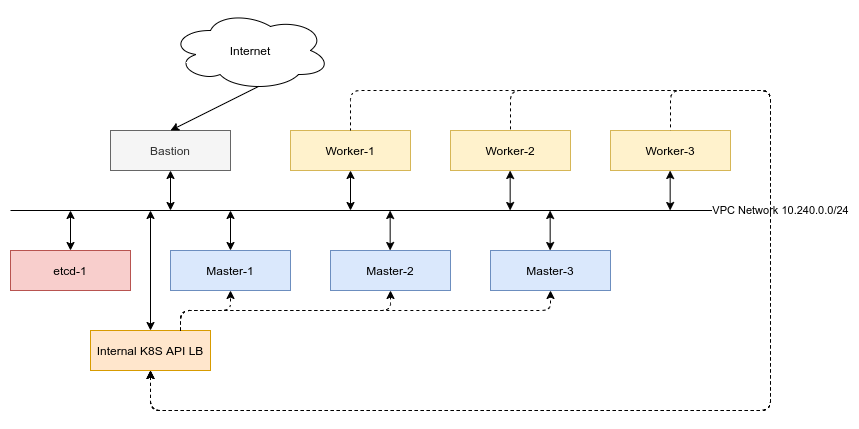
Above: images/cluster-component.png in haminhcong/kubeadm-experimental (draw.io), before the change. Source tidied: cells renumbered, new cells last; positions are measured from the earlier drawing's top-left corner, leaving out a move shared by most shapes.
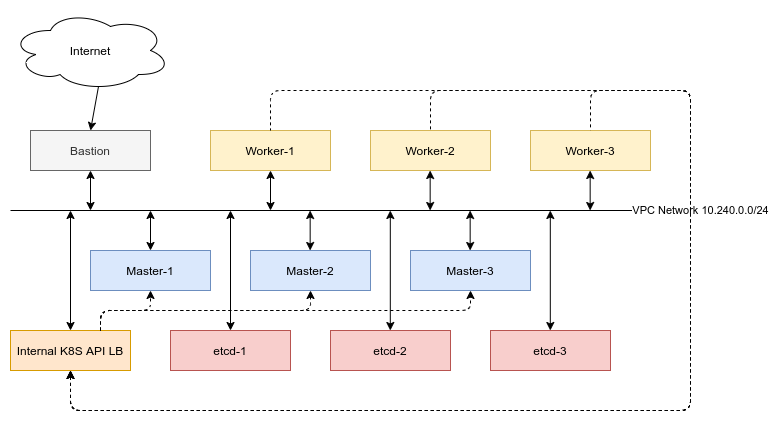
Above is the later version.

The edit, as a diff of the source:
```diff
@@ -7,7 +7,7 @@
     </mxCell>
     <mxCell id="3" value="VPC Network 10.240.0.0/24" style="endArrow=none;html=1;align=center;" parent="1" edge="1">
       <mxGeometry x="1" relative="1" as="geometry">
-        <mxPoint y="200" as="sourcePoint" />
+        <mxPoint x="80" y="200" as="sourcePoint" />
         <mxPoint x="770" y="200" as="targetPoint" />
       </mxGeometry>
     </mxCell>
@@ -20,10 +20,12 @@
       <mxGeometry x="160" y="240" width="120" height="40" as="geometry" />
     </mxCell>
     <mxCell id="6" value="Internet" style="ellipse;shape=cloud;whiteSpace=wrap;html=1;" parent="1" vertex="1">
-      <mxGeometry x="160" width="160" height="80" as="geometry" />
+      <mxGeometry x="80" width="160" height="80" as="geometry" />
     </mxCell>
-    <mxCell id="7" style="endArrow=classic;html=1;entryX=0.5;entryY=0;entryDx=0;entryDy=0;exitX=0.55;exitY=0.95;exitDx=0;exitDy=0;exitPerimeter=0;" parent="1" edge="1" source="6" target="2">
-      <mxGeometry relative="1" as="geometry" />
+    <mxCell id="7" style="endArrow=classic;html=1;entryX=0.5;entryY=0;entryDx=0;entryDy=0;" parent="1" edge="1" target="2">
+      <mxGeometry relative="1" as="geometry">
+        <mxPoint x="168" y="76" as="sourcePoint" />
+      </mxGeometry>
     </mxCell>
     <mxCell id="8" style="endArrow=classic;startArrow=classic;html=1;align=center;exitX=0.5;exitY=0;exitDx=0;exitDy=0;" parent="1" edge="1" source="5">
       <mxGeometry relative="1" as="geometry">
@@ -37,11 +39,11 @@
       <mxGeometry x="480" y="240" width="120" height="40" as="geometry" />
     </mxCell>
     <mxCell id="11" value="etcd-1" style="rounded=0;whiteSpace=wrap;html=1;fillColor=#f8cecc;strokeColor=#b85450;" parent="1" vertex="1">
-      <mxGeometry y="240" width="120" height="40" as="geometry" />
+      <mxGeometry x="240" y="320" width="120" height="40" as="geometry" />
     </mxCell>
     <mxCell id="12" style="endArrow=classic;startArrow=classic;html=1;align=center;exitX=0.5;exitY=0;exitDx=0;exitDy=0;" parent="1" edge="1" source="11">
       <mxGeometry relative="1" as="geometry">
-        <mxPoint x="60" y="200" as="targetPoint" />
+        <mxPoint x="300" y="200" as="targetPoint" />
       </mxGeometry>
     </mxCell>
     <mxCell id="13" value="Worker-1" style="rounded=0;whiteSpace=wrap;html=1;fillColor=#fff2cc;strokeColor=#d6b656;" parent="1" vertex="1">
@@ -144,5 +146,23 @@
         </Array>
       </mxGeometry>
     </mxCell>
+    <mxCell id="29" value="etcd-2" style="rounded=0;whiteSpace=wrap;html=1;fillColor=#f8cecc;strokeColor=#b85450;" parent="1" vertex="1">
+      <mxGeometry x="400" y="320" width="120" height="40" as="geometry" />
+    </mxCell>
+    <mxCell id="30" value="etcd-3" style="rounded=0;whiteSpace=wrap;html=1;fillColor=#f8cecc;strokeColor=#b85450;" parent="1" vertex="1">
+      <mxGeometry x="560" y="320" width="120" height="40" as="geometry" />
+    </mxCell>
+    <mxCell id="31" style="endArrow=classic;startArrow=classic;html=1;align=center;exitX=0.5;exitY=0;exitDx=0;exitDy=0;" parent="1" edge="1">
+      <mxGeometry relative="1" as="geometry">
+        <mxPoint x="459.8" y="320" as="sourcePoint" />
+        <mxPoint x="459.8" y="200" as="targetPoint" />
+      </mxGeometry>
+    </mxCell>
+    <mxCell id="32" style="endArrow=classic;startArrow=classic;html=1;align=center;exitX=0.5;exitY=0;exitDx=0;exitDy=0;" parent="1" edge="1">
+      <mxGeometry relative="1" as="geometry">
+        <mxPoint x="619.8" y="320" as="sourcePoint" />
+        <mxPoint x="619.8" y="200" as="targetPoint" />
+      </mxGeometry>
+    </mxCell>
   </root>
 </mxGraphModel>
```
